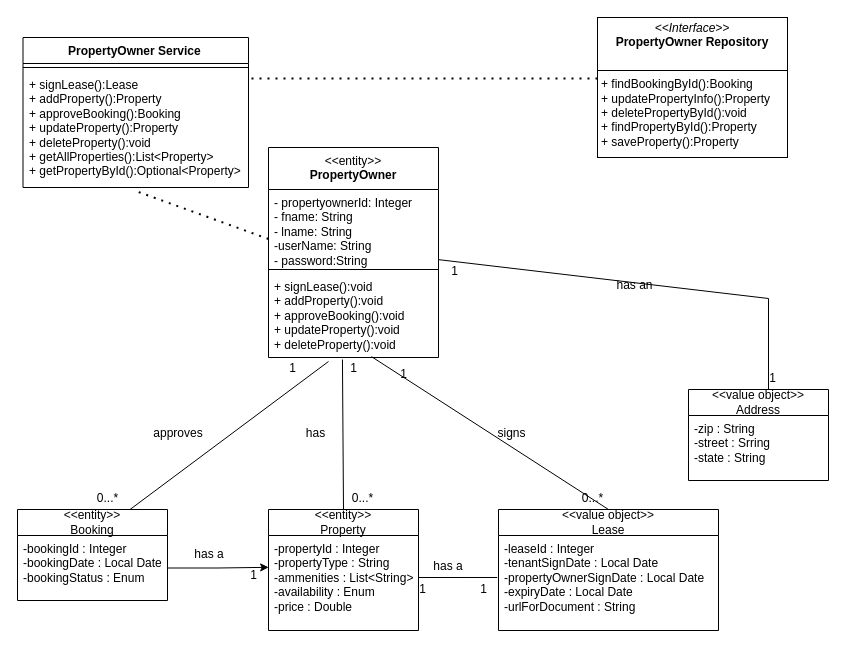
This is documentation/Design Domain Class Diagram-PropertyOwner.drawio from ttiweh28/real-estate-rental-system, a draw.io file, before an edit. Source tidied: cells renumbered, new cells numbered last; positions are measured from the earlier drawing's top-left corner, leaving out a move shared by most shapes. Both pictures are drawn from the tidied source at 100%, with x=0, y=0 at pixel (17, 17).
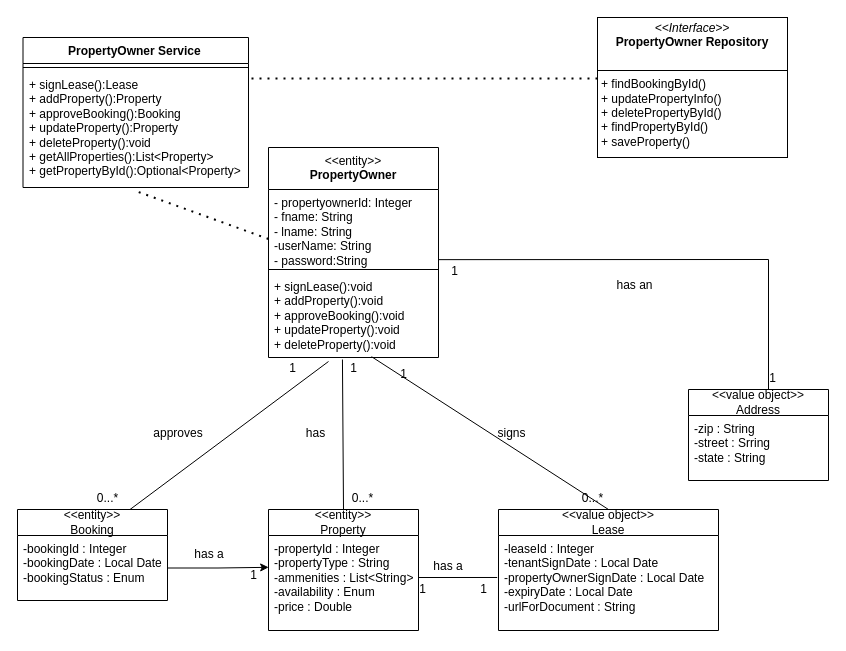
Above is the later version.

Commit message (it also covers changes not shown here):
Updated problem Statement

Unchanged cells that the change refers to:
```xml
<mxCell id="23" value="1" style="text;html=1;align=center;verticalAlign=middle;whiteSpace=wrap;rounded=0;" parent="1" vertex="1">
  <mxGeometry x="741" y="350" width="29" height="22" as="geometry" />
</mxCell>
<mxCell id="30" value="- propertyownerId: Integer&lt;div&gt;- fname: String&lt;/div&gt;&lt;div&gt;- lname: String&lt;/div&gt;&lt;div&gt;-userName: String&lt;/div&gt;&lt;div&gt;- password:String&lt;/div&gt;&lt;div&gt;&lt;br&gt;&lt;/div&gt;" style="text;strokeColor=none;fillColor=none;align=left;verticalAlign=top;spacingLeft=4;spacingRight=4;overflow=hidden;points=[[0,0.5],[1,0.5]];portConstraint=eastwest;whiteSpace=wrap;html=1;" parent="29" vertex="1">
  <mxGeometry y="42" width="170" height="76" as="geometry" />
</mxCell>
```

What changed in the source:
```diff
@@
     <mxCell id="13" style="endArrow=none;html=1;rounded=0;exitX=1;exitY=0.923;exitDx=0;exitDy=0;entryX=0.345;entryY=1;entryDx=0;entryDy=0;exitPerimeter=0;entryPerimeter=0;" parent="1" edge="1" source="30" target="23">
       <mxGeometry relative="1" as="geometry">
         <Array as="points">
-          <mxPoint x="751" y="281" />
+          <mxPoint x="751" y="242" />
         </Array>
       </mxGeometry>
     </mxCell>
@@
-    <mxCell id="36" value="&lt;p style=&quot;margin:0px;margin-top:4px;text-align:center;&quot;&gt;&lt;i&gt;&amp;lt;&amp;lt;Interface&amp;gt;&amp;gt;&lt;/i&gt;&lt;br&gt;&lt;b&gt;PropertyOwner Repository&lt;/b&gt;&lt;/p&gt;&lt;p style=&quot;margin:0px;margin-left:4px;&quot;&gt;&lt;br&gt;&lt;/p&gt;&lt;hr size=&quot;1&quot; style=&quot;border-style:solid;&quot;&gt;&lt;p style=&quot;margin:0px;margin-left:4px;&quot;&gt;+ findBookingById():Booking&lt;br&gt;+ updatePropertyInfo():Property&lt;/p&gt;&lt;p style=&quot;margin:0px;margin-left:4px;&quot;&gt;+ deletePropertyById():void&lt;/p&gt;&lt;p style=&quot;margin:0px;margin-left:4px;&quot;&gt;+ findPropertyById():Property&lt;br&gt;+ saveProperty():Property&lt;/p&gt;" style="verticalAlign=top;align=left;overflow=fill;html=1;whiteSpace=wrap;" parent="1" vertex="1">
+    <mxCell id="36" value="&lt;p style=&quot;margin:0px;margin-top:4px;text-align:center;&quot;&gt;&lt;i&gt;&amp;lt;&amp;lt;Interface&amp;gt;&amp;gt;&lt;/i&gt;&lt;br&gt;&lt;b&gt;PropertyOwner Repository&lt;/b&gt;&lt;/p&gt;&lt;p style=&quot;margin:0px;margin-left:4px;&quot;&gt;&lt;br&gt;&lt;/p&gt;&lt;hr size=&quot;1&quot; style=&quot;border-style:solid;&quot;&gt;&lt;p style=&quot;margin:0px;margin-left:4px;&quot;&gt;+ findBookingById()&lt;br&gt;+ updatePropertyInfo()&lt;/p&gt;&lt;p style=&quot;margin:0px;margin-left:4px;&quot;&gt;+ deletePropertyById()&lt;/p&gt;&lt;p style=&quot;margin:0px;margin-left:4px;&quot;&gt;+ findPropertyById()&lt;br&gt;+ saveProperty()&lt;/p&gt;" style="verticalAlign=top;align=left;overflow=fill;html=1;whiteSpace=wrap;" parent="1" vertex="1">
       <mxGeometry x="580" width="190" height="140" as="geometry" />
     </mxCell>
```
